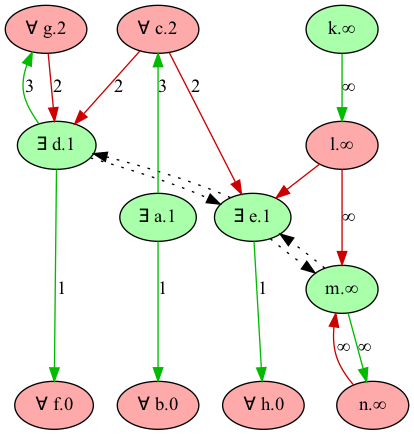
The Graphviz diagram Refactor/imgs/display_game_pw_2.png in idaks/Games-and-Argumentation, before a commit. Its source is kept beside it as Refactor/imgs/display_game_pw_2.dot. Its diagram source:
```dot
digraph {
    "b" [style="filled", fillcolor="#FFAAAA", label="∀ b.0"]
    "f" [style="filled", fillcolor="#FFAAAA", label="∀ f.0"]
    "h" [style="filled", fillcolor="#FFAAAA", label="∀ h.0"]
    "e" [style="filled", fillcolor="#AAFFAA", label="∃ e.1"]
    "d" [style="filled", fillcolor="#AAFFAA", label="∃ d.1"]
    "a" [style="filled", fillcolor="#AAFFAA", label="∃ a.1"]
    "c" [style="filled", fillcolor="#FFAAAA", label="∀ c.2"]
    "g" [style="filled", fillcolor="#FFAAAA", label="∀ g.2"]
    "k" [style="filled", fillcolor="#AAFFAA", label="k.∞"]
    "l" [style="filled", fillcolor="#FFAAAA", label="l.∞"]
    "m" [style="filled", fillcolor="#AAFFAA", label="m.∞"]
    "n" [style="filled", fillcolor="#FFAAAA", label="n.∞"]
    "a" -> "b" [color="#00BB00" style="solid" dir="forward" label="1" ]
    "a" -> "c" [color="#00BB00" style="solid" dir="forward" label="3" ]
    "k" -> "l" [color="#00BB00" style="solid" dir="forward" label="∞" ]
    "c" -> "d" [color="#CC0000" style="solid" dir="forward" label="2" ]
    "c" -> "e" [color="#CC0000" style="solid" dir="forward" label="2" ]
    "l" -> "e" [color="#CC0000" style="solid" dir="forward" label="" constraint=false]
    "l" -> "m" [color="#CC0000" style="solid" dir="forward" label="∞" ]
    "d" -> "e" [color="black" style="dotted" dir="forward" label="" constraint=false]
    "e" -> "d" [color="black" style="dotted" dir="forward" label="" constraint=false]
    "e" -> "m" [color="black" style="dotted" dir="forward" label="" constraint=false]
    "m" -> "e" [color="black" style="dotted" dir="forward" label="" constraint=false]
    "d" -> "f" [color="#00BB00" style="solid" dir="forward" label="1" ]
    "d" -> "g" [color="#00BB00" style="solid" dir="forward" label="3" ]
    "g" -> "d" [color="#CC0000" style="solid" dir="forward" label="2" ]
    "e" -> "h" [color="#00BB00" style="solid" dir="forward" label="1" ]
    "m" -> "n" [color="#00BB00" style="solid" dir="forward" label="∞" ]
    "n" -> "m" [color="#CC0000" style="solid" dir="forward" label="∞" ]
    {rank = max b f h}
    {rank = min c g}
}
```
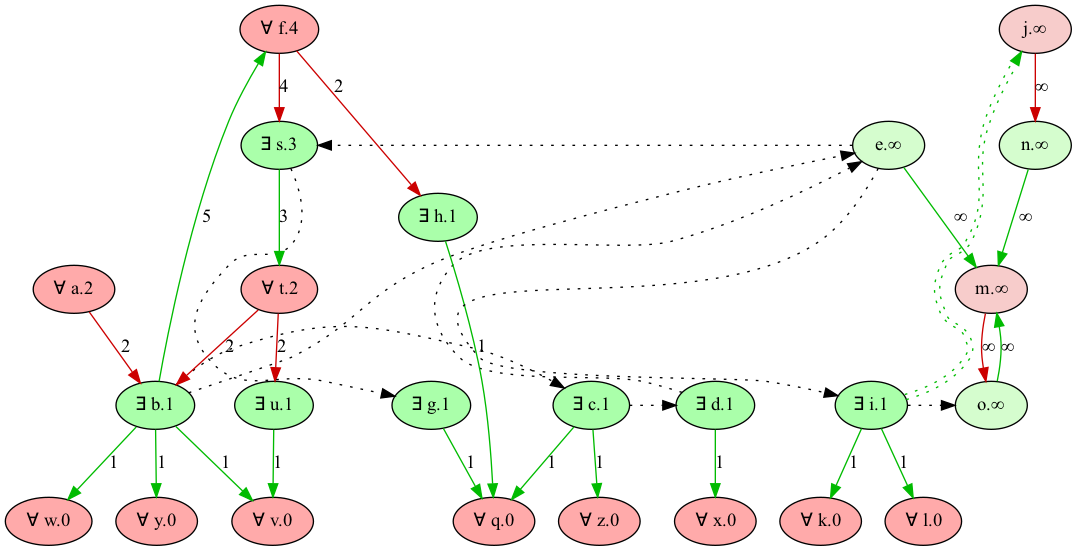
Later version of the same file.

Diff of the diagram source:
```diff
@@ -1,33 +1,60 @@
 digraph {
-    "b" [style="filled", fillcolor="#FFAAAA", label="∀ b.0"]
-    "f" [style="filled", fillcolor="#FFAAAA", label="∀ f.0"]
-    "h" [style="filled", fillcolor="#FFAAAA", label="∀ h.0"]
-    "e" [style="filled", fillcolor="#AAFFAA", label="∃ e.1"]
+    "v" [style="filled", fillcolor="#FFAAAA", label="∀ v.0"]
+    "z" [style="filled", fillcolor="#FFAAAA", label="∀ z.0"]
+    "y" [style="filled", fillcolor="#FFAAAA", label="∀ y.0"]
+    "x" [style="filled", fillcolor="#FFAAAA", label="∀ x.0"]
+    "w" [style="filled", fillcolor="#FFAAAA", label="∀ w.0"]
+    "q" [style="filled", fillcolor="#FFAAAA", label="∀ q.0"]
+    "l" [style="filled", fillcolor="#FFAAAA", label="∀ l.0"]
+    "k" [style="filled", fillcolor="#FFAAAA", label="∀ k.0"]
+    "u" [style="filled", fillcolor="#AAFFAA", label="∃ u.1"]
+    "b" [style="filled", fillcolor="#AAFFAA", label="∃ b.1"]
+    "c" [style="filled", fillcolor="#AAFFAA", label="∃ c.1"]
     "d" [style="filled", fillcolor="#AAFFAA", label="∃ d.1"]
-    "a" [style="filled", fillcolor="#AAFFAA", label="∃ a.1"]
-    "c" [style="filled", fillcolor="#FFAAAA", label="∀ c.2"]
-    "g" [style="filled", fillcolor="#FFAAAA", label="∀ g.2"]
-    "k" [style="filled", fillcolor="#AAFFAA", label="k.∞"]
-    "l" [style="filled", fillcolor="#FFAAAA", label="l.∞"]
-    "m" [style="filled", fillcolor="#AAFFAA", label="m.∞"]
-    "n" [style="filled", fillcolor="#FFAAAA", label="n.∞"]
-    "a" -> "b" [color="#00BB00" style="solid" dir="forward" label="1" ]
-    "a" -> "c" [color="#00BB00" style="solid" dir="forward" label="3" ]
-    "k" -> "l" [color="#00BB00" style="solid" dir="forward" label="∞" ]
-    "c" -> "d" [color="#CC0000" style="solid" dir="forward" label="2" ]
-    "c" -> "e" [color="#CC0000" style="solid" dir="forward" label="2" ]
-    "l" -> "e" [color="#CC0000" style="solid" dir="forward" label="" constraint=false]
-    "l" -> "m" [color="#CC0000" style="solid" dir="forward" label="∞" ]
+    "i" [style="filled", fillcolor="#AAFFAA", label="∃ i.1"]
+    "g" [style="filled", fillcolor="#AAFFAA", label="∃ g.1"]
+    "h" [style="filled", fillcolor="#AAFFAA", label="∃ h.1"]
+    "a" [style="filled", fillcolor="#FFAAAA", label="∀ a.2"]
+    "t" [style="filled", fillcolor="#FFAAAA", label="∀ t.2"]
+    "s" [style="filled", fillcolor="#AAFFAA", label="∃ s.3"]
+    "f" [style="filled", fillcolor="#FFAAAA", label="∀ f.4"]
+    "j" [style="filled", fillcolor="#f7cccb", label="j.∞"]
+    "e" [style="filled", fillcolor="#d5fdce", label="e.∞"]
+    "o" [style="filled", fillcolor="#d5fdce", label="o.∞"]
+    "n" [style="filled", fillcolor="#d5fdce", label="n.∞"]
+    "m" [style="filled", fillcolor="#f7cccb", label="m.∞"]
+    "a" -> "b" [color="#CC0000" style="solid" dir="forward" label="2" ]
+    "t" -> "b" [color="#CC0000" style="solid" dir="forward" label="2" ]
+    "b" -> "c" [color="black" style="dotted" dir="forward" label="" constraint=false]
+    "c" -> "d" [color="black" style="dotted" dir="forward" label="" constraint=false]
+    "b" -> "e" [color="black" style="dotted" dir="forward" label="" constraint=false]
     "d" -> "e" [color="black" style="dotted" dir="forward" label="" constraint=false]
-    "e" -> "d" [color="black" style="dotted" dir="forward" label="" constraint=false]
-    "e" -> "m" [color="black" style="dotted" dir="forward" label="" constraint=false]
-    "m" -> "e" [color="black" style="dotted" dir="forward" label="" constraint=false]
-    "d" -> "f" [color="#00BB00" style="solid" dir="forward" label="1" ]
-    "d" -> "g" [color="#00BB00" style="solid" dir="forward" label="3" ]
-    "g" -> "d" [color="#CC0000" style="solid" dir="forward" label="2" ]
-    "e" -> "h" [color="#00BB00" style="solid" dir="forward" label="1" ]
-    "m" -> "n" [color="#00BB00" style="solid" dir="forward" label="∞" ]
-    "n" -> "m" [color="#CC0000" style="solid" dir="forward" label="∞" ]
-    {rank = max b f h}
-    {rank = min c g}
+    "b" -> "f" [color="#00BB00" style="solid" dir="forward" label="5" ]
+    "s" -> "g" [color="black" style="dotted" dir="forward" label="" constraint=false]
+    "f" -> "h" [color="#CC0000" style="solid" dir="forward" label="2" ]
+    "e" -> "i" [color="black" style="dotted" dir="forward" label="" constraint=false]
+    "i" -> "j" [color="#00BB00:invis:#00BB00" style="dotted" dir="forward" label="" constraint=false]
+    "i" -> "k" [color="#00BB00" style="solid" dir="forward" label="1" ]
+    "i" -> "l" [color="#00BB00" style="solid" dir="forward" label="1" ]
+    "e" -> "m" [color="#00BB00" style="solid" dir="forward" label="∞" ]
+    "o" -> "m" [color="#00BB00" style="solid" dir="forward" label="∞" ]
+    "n" -> "m" [color="#00BB00" style="solid" dir="forward" label="∞" ]
+    "j" -> "n" [color="#CC0000" style="solid" dir="forward" label="∞" ]
+    "i" -> "o" [color="black" style="dotted" dir="forward" label="" constraint=false]
+    "m" -> "o" [color="#CC0000" style="solid" dir="forward" label="∞" ]
+    "g" -> "q" [color="#00BB00" style="solid" dir="forward" label="1" ]
+    "h" -> "q" [color="#00BB00" style="solid" dir="forward" label="1" ]
+    "c" -> "q" [color="#00BB00" style="solid" dir="forward" label="1" ]
+    "e" -> "s" [color="black" style="dotted" dir="forward" label="" constraint=false]
+    "f" -> "s" [color="#CC0000" style="solid" dir="forward" label="4" ]
+    "s" -> "t" [color="#00BB00" style="solid" dir="forward" label="3" ]
+    "t" -> "u" [color="#CC0000" style="solid" dir="forward" label="2" ]
+    "b" -> "v" [color="#00BB00" style="solid" dir="forward" label="1" ]
+    "u" -> "v" [color="#00BB00" style="solid" dir="forward" label="1" ]
+    "b" -> "w" [color="#00BB00" style="solid" dir="forward" label="1" ]
+    "d" -> "x" [color="#00BB00" style="solid" dir="forward" label="1" ]
+    "b" -> "y" [color="#00BB00" style="solid" dir="forward" label="1" ]
+    "c" -> "z" [color="#00BB00" style="solid" dir="forward" label="1" ]
+    {rank = max v z y x w q l k}
+    {rank = min f}
 }
```
